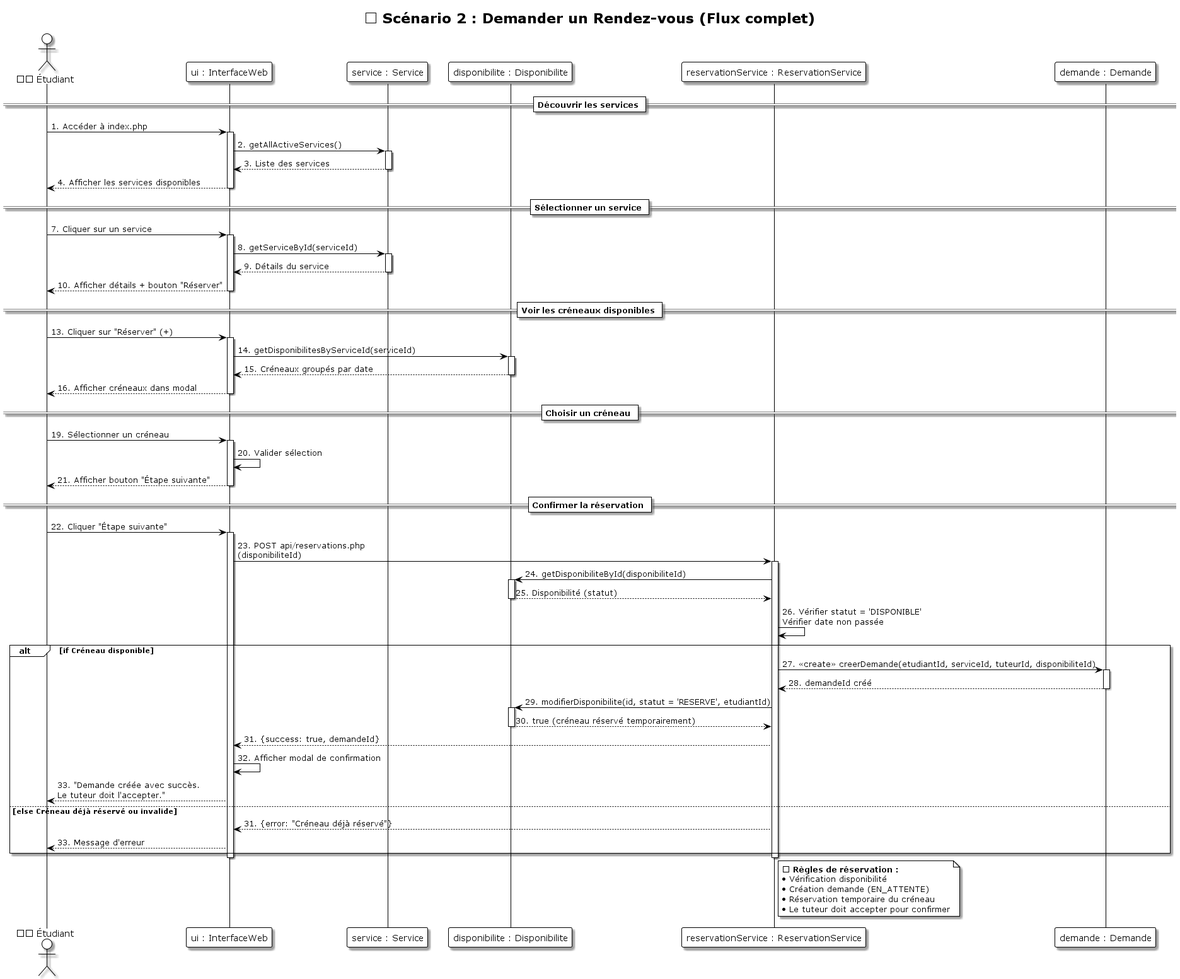
Earlier version of the PlantUML export UML/diagrammes_sequence/Sequence_02_Demander_RendezVous.png (LLAbdul/LLAbdul-projet-tutoplus).
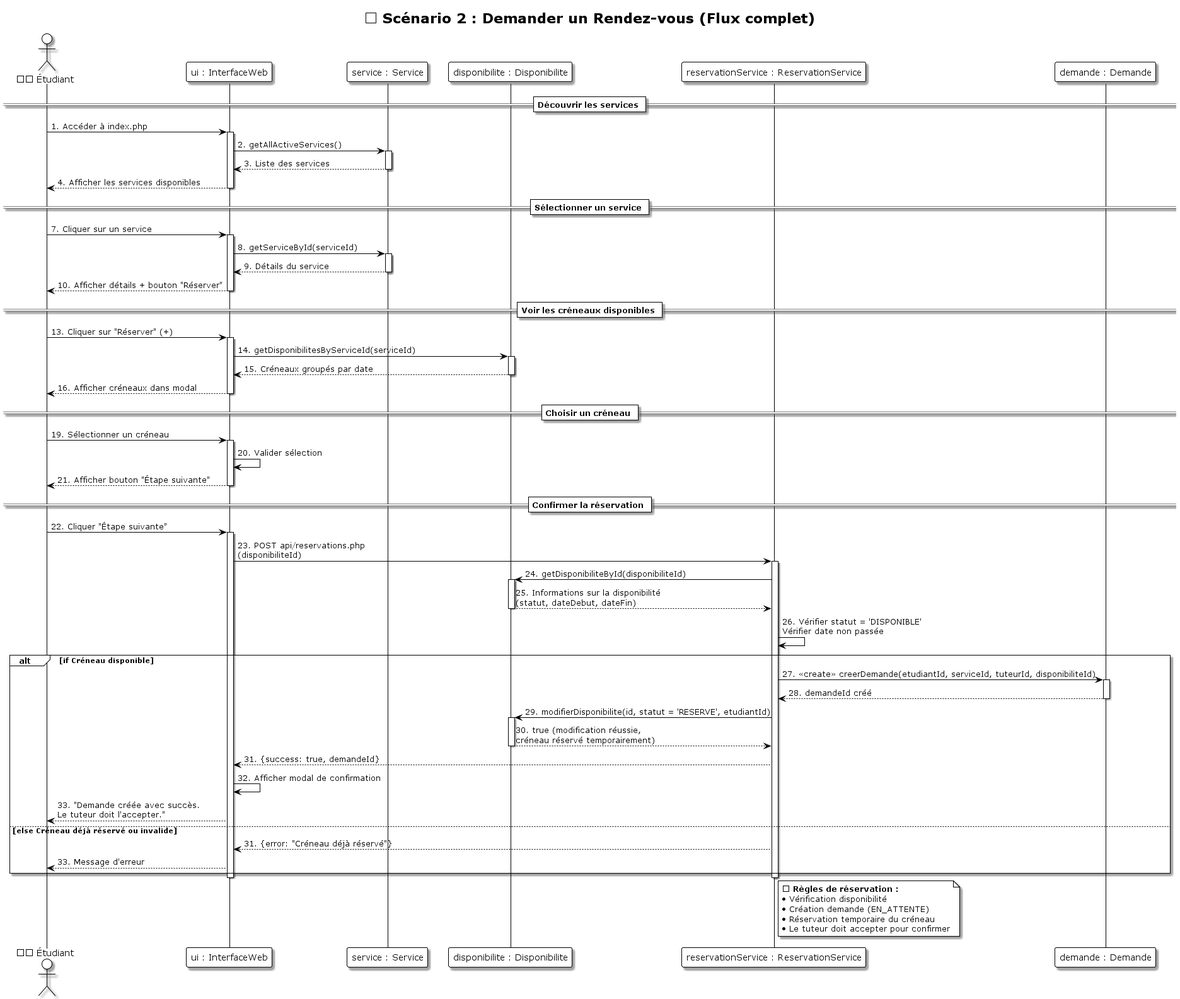
Above is the later version.

What changed in the source:
```diff
@@ -56,9 +56,9 @@
 activate ReservationService
 
 ReservationService -> Disponibilite: 24. getDisponibiliteById(disponibiliteId)
-activate Disponibilite
-Disponibilite --> ReservationService: 25. Disponibilité (statut)
-deactivate Disponibilite
+    activate Disponibilite
+    Disponibilite --> ReservationService: 25. Informations sur la disponibilité\n(statut, dateDebut, dateFin)
+    deactivate Disponibilite
 
 ReservationService -> ReservationService: 26. Vérifier statut = 'DISPONIBLE'\nVérifier date non passée
 
@@ -70,7 +70,7 @@
 
     ReservationService -> Disponibilite: 29. modifierDisponibilite(id, statut = 'RESERVE', etudiantId)
     activate Disponibilite
-    Disponibilite --> ReservationService: 30. true (créneau réservé temporairement)
+    Disponibilite --> ReservationService: 30. true (modification réussie,\ncréneau réservé temporairement)
     deactivate Disponibilite
 
     ReservationService --> UI: 31. {success: true, demandeId}
```
